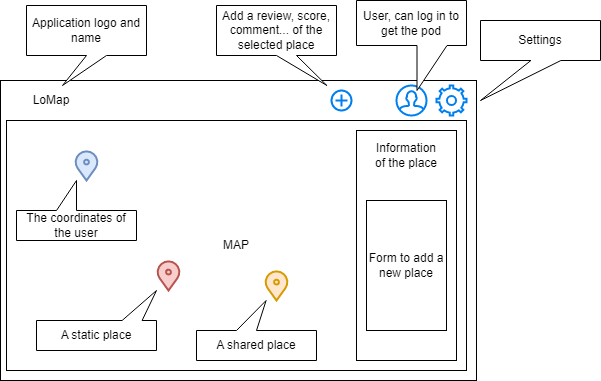
The draw.io diagram docs/images/ux1.0_Main.png in Arquisoft/lomap_es5c, before a commit. Source tidied: cells renumbered, new cells last; positions are measured from the earlier drawing's top-left corner, leaving out a move shared by most shapes.
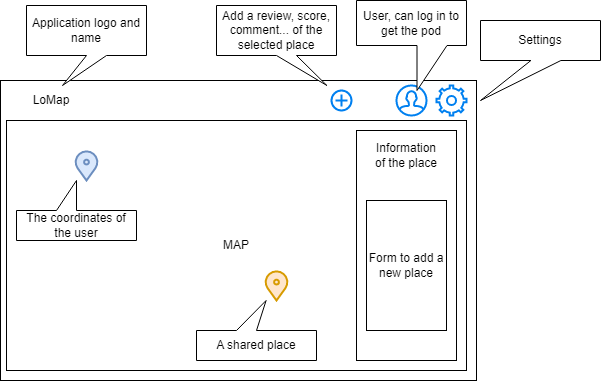
Above is the later version.

What changed in the source:
```diff
@@ -50,12 +50,6 @@
     <mxCell id="17" value="The coordinates of the user" style="shape=callout;whiteSpace=wrap;html=1;perimeter=calloutPerimeter;position2=0.5;direction=west;" parent="1" vertex="1">
       <mxGeometry x="16" y="180" width="120" height="60" as="geometry" />
     </mxCell>
-    <mxCell id="18" style="html=1;verticalLabelPosition=bottom;align=center;labelBackgroundColor=#ffffff;verticalAlign=top;strokeWidth=2;strokeColor=#b85450;shadow=0;dashed=0;shape=mxgraph.ios7.icons.location;fillColor=#f8cecc;" parent="1" vertex="1">
-      <mxGeometry x="156" y="260" width="24" height="30" as="geometry" />
-    </mxCell>
-    <mxCell id="19" value="A static place" style="shape=callout;whiteSpace=wrap;html=1;perimeter=calloutPerimeter;position2=0;direction=west;size=30;position=0.12;" parent="1" vertex="1">
-      <mxGeometry x="36" y="290" width="120" height="60" as="geometry" />
-    </mxCell>
     <mxCell id="20" value="Form to add a new place" style="rounded=0;whiteSpace=wrap;html=1;" parent="1" vertex="1">
       <mxGeometry x="366" y="200" width="80" height="130" as="geometry" />
     </mxCell>
```
